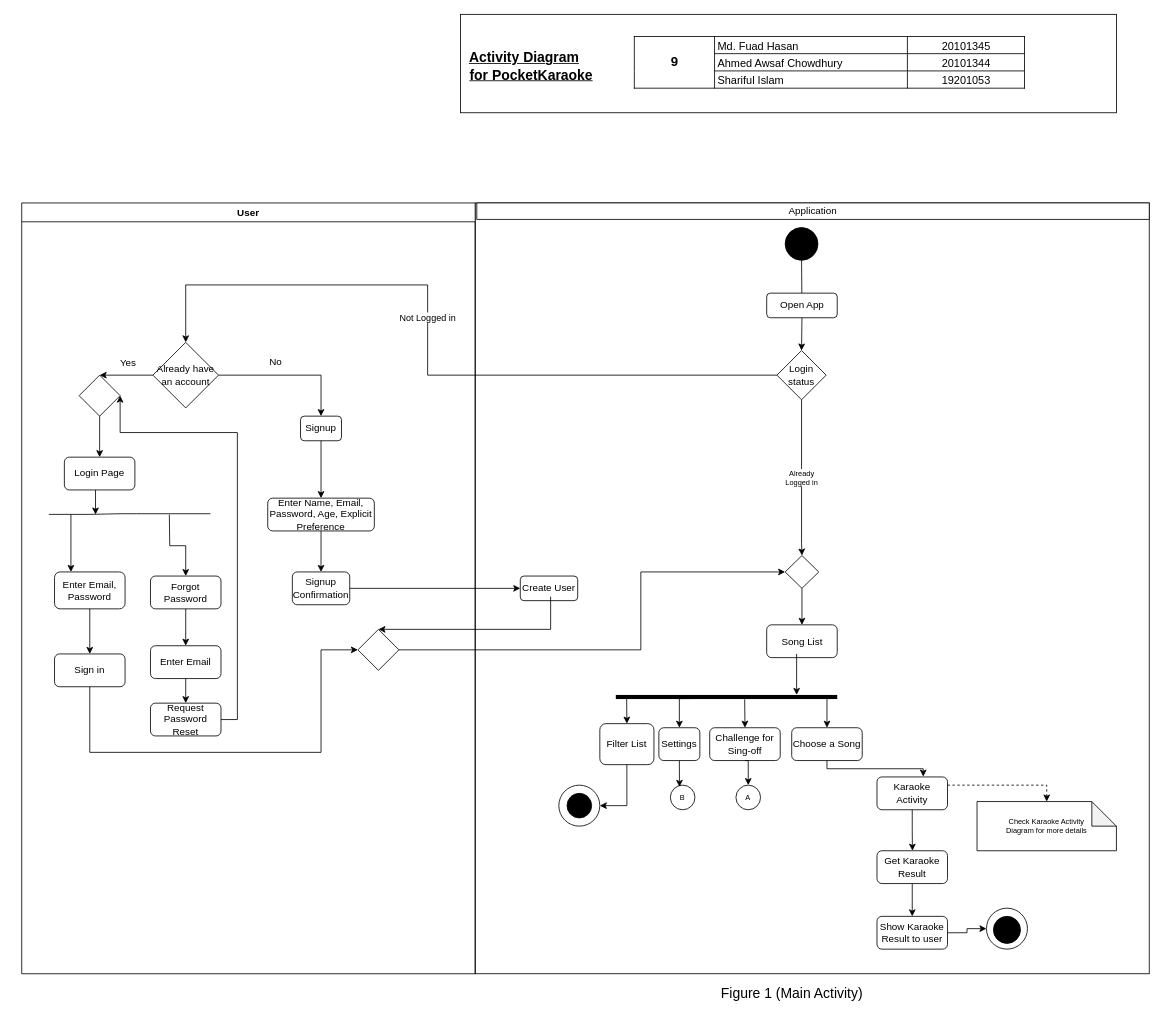
AwsafChowdhury/PocketKaraoke keeps this draw.io diagram as page "Page-1" (1 of 3) of System Analysis/PocketKaraoke Activity Diagram.drawio. Above is the earlier version. Source tidied: cells renumbered, new cells numbered last; positions are measured from the earlier drawing's top-left corner, leaving out a move shared by most shapes. Both pictures are drawn from the tidied source at 82%, with x=0, y=0 at pixel (21, 14).
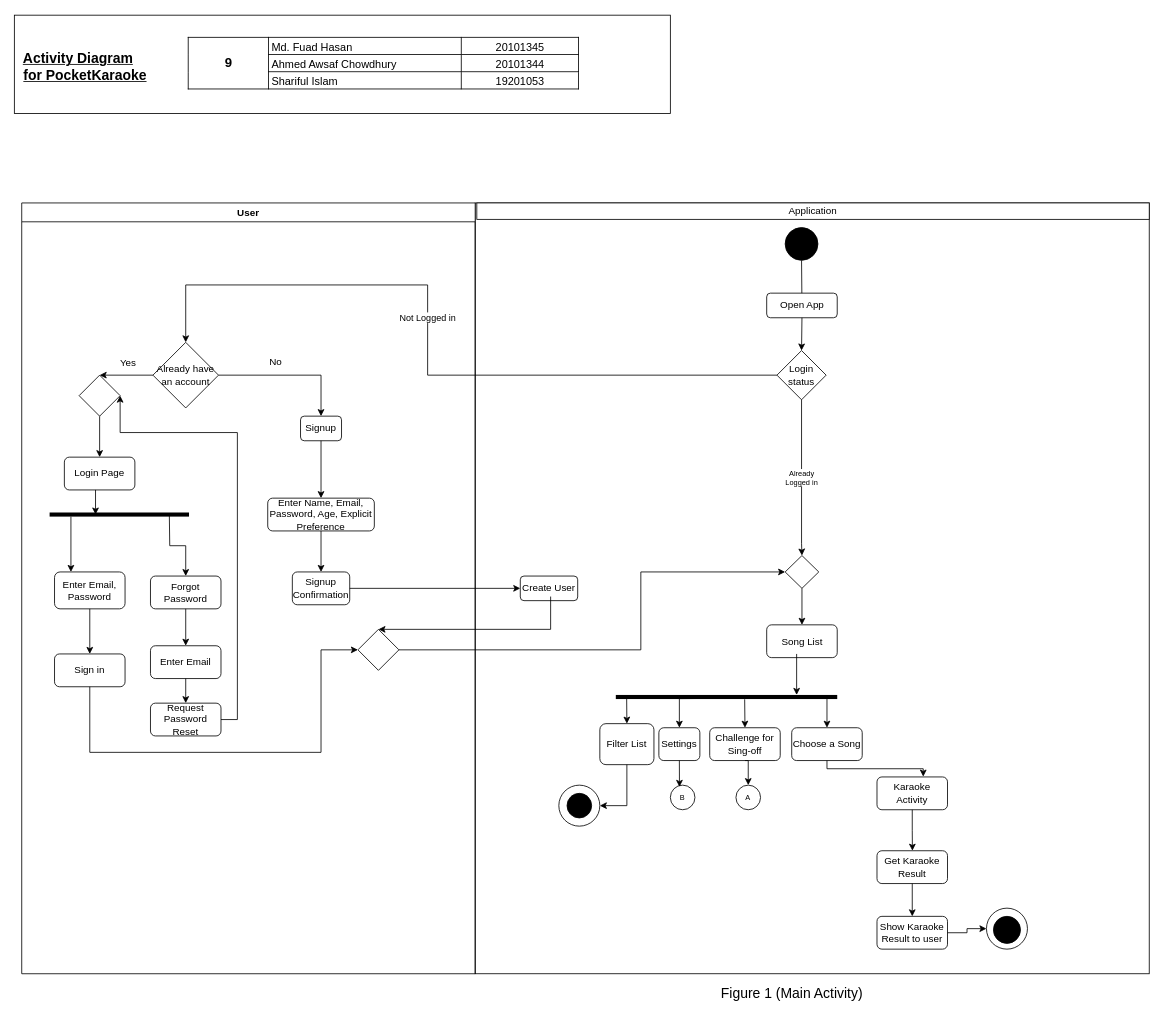
Above is the later version.

Unchanged cells that the change refers to:
```xml
<mxCell id="14" value="Karaoke Activity" style="rounded=1;whiteSpace=wrap;html=1;fillColor=none;" parent="1" vertex="1">
  <mxGeometry x="1043" y="930" width="86" height="40" as="geometry" />
</mxCell>
<mxCell id="39" value="User" style="swimlane;" parent="1" vertex="1">
  <mxGeometry y="230" width="553" height="940" as="geometry" />
</mxCell>
```

Change to the diagram source:
```diff
@@
-    <mxCell id="2" style="rounded=0;whiteSpace=wrap;html=1;" parent="1" vertex="1">
+    <mxCell id="2" style="rounded=0;whiteSpace=wrap;html=1;fillColor=none;" parent="1" vertex="1">
       <mxGeometry x="553" y="230" width="822" height="940" as="geometry" />
     </mxCell>
@@
-    <mxCell id="13" style="edgeStyle=orthogonalEdgeStyle;rounded=0;jettySize=auto;html=1;exitX=1;exitY=0.25;exitDx=0;exitDy=0;entryX=0.5;entryY=0;entryDx=0;entryDy=0;entryPerimeter=0;fontSize=9;strokeWidth=1;dashed=1;" parent="1" edge="1" source="14" target="33">
-      <mxGeometry relative="1" as="geometry" />
-    </mxCell>
@@
-    <mxCell id="33" value="&lt;div&gt;Check Karaoke Activity&lt;/div&gt;&lt;div&gt;Diagram for more details&lt;/div&gt;" style="shape=note;whiteSpace=wrap;html=1;backgroundOutline=1;darkOpacity=0.05;fontSize=9;fillColor=none;" parent="1" vertex="1">
-      <mxGeometry x="1165" y="960" width="170" height="60" as="geometry" />
-    </mxCell>
@@
     <mxCell id="36" value="&lt;div align=&quot;left&quot;&gt;&lt;u&gt;&lt;b&gt;&lt;font style=&quot;font-size: 17px&quot;&gt;&lt;br&gt;&lt;/font&gt;&lt;/b&gt;&lt;/u&gt;&lt;/div&gt;&lt;div align=&quot;left&quot;&gt;&lt;u&gt;&lt;b&gt;&lt;font style=&quot;font-size: 17px&quot;&gt;&lt;br&gt;&lt;/font&gt;&lt;/b&gt;&lt;/u&gt;&lt;/div&gt;&lt;div align=&quot;left&quot;&gt;&lt;u&gt;&lt;b&gt;&lt;font style=&quot;font-size: 17px&quot;&gt;&lt;/font&gt;&lt;/b&gt;&lt;/u&gt;&lt;b&gt;&lt;font style=&quot;font-size: 17px&quot;&gt;&lt;span style=&quot;white-space: pre&quot;&gt;&lt;span style=&quot;white-space: pre&quot;&gt; &lt;/span&gt; &lt;/span&gt;&lt;/font&gt;&lt;/b&gt;&lt;u&gt;&lt;b&gt;&lt;font style=&quot;font-size: 17px&quot;&gt;Activity Diagram&lt;/font&gt;&lt;/b&gt;&lt;/u&gt;&lt;/div&gt;&lt;div align=&quot;left&quot;&gt;&lt;u&gt;&lt;b&gt;&lt;font style=&quot;font-size: 17px&quot;&gt;&lt;/font&gt;&lt;/b&gt;&lt;/u&gt;&lt;b&gt;&lt;font style=&quot;font-size: 17px&quot;&gt;&lt;span style=&quot;white-space: pre&quot;&gt;&lt;span style=&quot;white-space: pre&quot;&gt; &lt;/span&gt; &lt;/span&gt;&lt;/font&gt;&lt;/b&gt;&lt;u&gt;&lt;b&gt;&lt;font style=&quot;font-size: 17px&quot;&gt;for PocketKaraoke&lt;/font&gt;&lt;/b&gt;&lt;/u&gt;&lt;/div&gt;&lt;div align=&quot;left&quot;&gt;&lt;br&gt;&lt;/div&gt;&lt;div align=&quot;left&quot;&gt;&lt;br&gt;&lt;/div&gt;&lt;div align=&quot;left&quot;&gt;&lt;br&gt;&lt;/div&gt;" style="rounded=0;whiteSpace=wrap;html=1;fontSize=9;fillColor=none;align=left;" parent="1" vertex="1">
-      <mxGeometry x="535" width="800" height="120" as="geometry" />
+      <mxGeometry x="-9" y="1" width="800" height="120" as="geometry" />
     </mxCell>
     <mxCell id="37" value="&lt;table dir=&quot;ltr&quot; style=&quot;table-layout: fixed ; font-size: 10pt ; font-family: &amp;quot;arial&amp;quot; ; width: 0px ; border-collapse: collapse ; border: none&quot; cellspacing=&quot;0&quot; cellpadding=&quot;0&quot; border=&quot;1&quot;&gt;&lt;colgroup&gt;&lt;col width=&quot;98&quot;&gt;&lt;col width=&quot;235&quot;&gt;&lt;col width=&quot;143&quot;&gt;&lt;/colgroup&gt;&lt;tbody&gt;&lt;tr style=&quot;height: 21px&quot;&gt;&lt;td style=&quot;border-color: rgb(0, 0, 0); border-style: solid; border-width: 1px; overflow: hidden; padding: 0px 3px; vertical-align: middle; font-size: 12pt; font-weight: bold; overflow-wrap: break-word; text-align: center;&quot; rowspan=&quot;3&quot; colspan=&quot;1&quot;&gt;&lt;span&gt;&lt;div style=&quot;max-height: 63px&quot;&gt;9&lt;/div&gt;&lt;/span&gt;&lt;/td&gt;&lt;td style=&quot;border-top: 1px solid rgb(0, 0, 0); border-right: 1px solid rgb(0, 0, 0); border-bottom: 1px solid rgb(0, 0, 0); overflow: hidden; padding: 0px 3px; vertical-align: bottom; overflow-wrap: break-word;&quot;&gt;Md. Fuad Hasan&lt;/td&gt;&lt;td style=&quot;border-top: 1px solid rgb(0, 0, 0); border-right: 1px solid rgb(0, 0, 0); border-bottom: 1px solid rgb(0, 0, 0); overflow: hidden; padding: 0px 3px; vertical-align: bottom; overflow-wrap: break-word; text-align: center;&quot;&gt;20101345&lt;/td&gt;&lt;/tr&gt;&lt;tr style=&quot;height: 21px&quot;&gt;&lt;td style=&quot;border-right: 1px solid rgb(0, 0, 0); border-bottom: 1px solid rgb(0, 0, 0); overflow: hidden; padding: 0px 3px; vertical-align: bottom; overflow-wrap: break-word;&quot;&gt;Ahmed Awsaf Chowdhury&lt;/td&gt;&lt;td style=&quot;border-right: 1px solid rgb(0, 0, 0); border-bottom: 1px solid rgb(0, 0, 0); overflow: hidden; padding: 0px 3px; vertical-align: bottom; overflow-wrap: break-word; text-align: center;&quot;&gt;20101344&lt;/td&gt;&lt;/tr&gt;&lt;tr style=&quot;height: 21px&quot;&gt;&lt;td style=&quot;border-right: 1px solid rgb(0, 0, 0); border-bottom: 1px solid rgb(0, 0, 0); overflow: hidden; padding: 0px 3px; vertical-align: bottom; overflow-wrap: break-word;&quot;&gt;Shariful Islam&lt;/td&gt;&lt;td style=&quot;border-right: 1px solid rgb(0, 0, 0); border-bottom: 1px solid rgb(0, 0, 0); overflow: hidden; padding: 0px 3px; vertical-align: bottom; overflow-wrap: break-word; text-align: center;&quot;&gt;19201053&lt;/td&gt;&lt;/tr&gt;&lt;/tbody&gt;&lt;/table&gt;" style="text;whiteSpace=wrap;html=1;" parent="1" vertex="1">
-      <mxGeometry x="745" y="20" width="500" height="80" as="geometry" />
+      <mxGeometry x="201" y="21" width="500" height="80" as="geometry" />
     </mxCell>
@@
-    <mxCell id="51" style="endArrow=none;html=1;rounded=0;" parent="39" edge="1">
-      <mxGeometry relative="1" as="geometry">
-        <mxPoint x="33" y="379.8" as="sourcePoint" />
-        <mxPoint x="230" y="379" as="targetPoint" />
-        <Array as="points">
-          <mxPoint x="83" y="379.8" />
-          <mxPoint x="120" y="379" />
-          <mxPoint x="140" y="379" />
-        </Array>
-      </mxGeometry>
-    </mxCell>
@@
-    <mxCell id="54" style="endArrow=classic;html=1;rounded=0;" parent="39" edge="1">
+    <mxCell id="54" style="endArrow=classic;html=1;rounded=0;startArrow=none;" parent="39" edge="1" source="78">
       <mxGeometry relative="1" as="geometry">
-        <mxPoint x="60" y="380" as="sourcePoint" />
         <mxPoint x="60" y="450" as="targetPoint" />
       </mxGeometry>
     </mxCell>
@@
+    <mxCell id="78" style="html=1;points=[];perimeter=orthogonalPerimeter;fillColor=#000000;strokeColor=none;direction=south;" parent="39" vertex="1">
+      <mxGeometry x="34" y="377.5" width="170" height="5" as="geometry" />
+    </mxCell>
```
